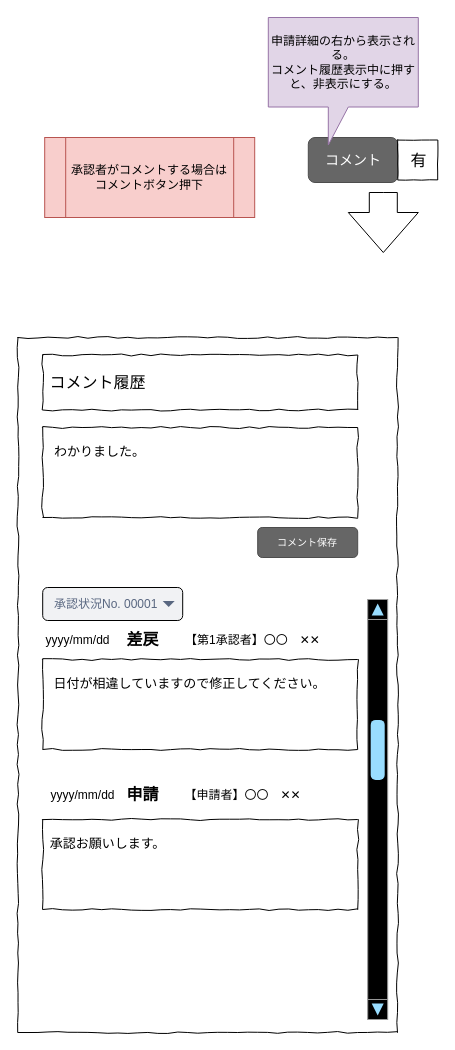
Above: page "s030コメント" (5 of 10) of docs/設計資料/01_画面/画面イメージ.drawio in haphuongnt96/Django-REST-Practice (draw.io), before the change. Source tidied: cells renumbered, new cells numbered last; positions are measured from the earlier drawing's top-left corner, leaving out a move shared by most shapes. Both pictures are drawn from the tidied source at 100%, with x=0, y=0 at pixel (17, 17).
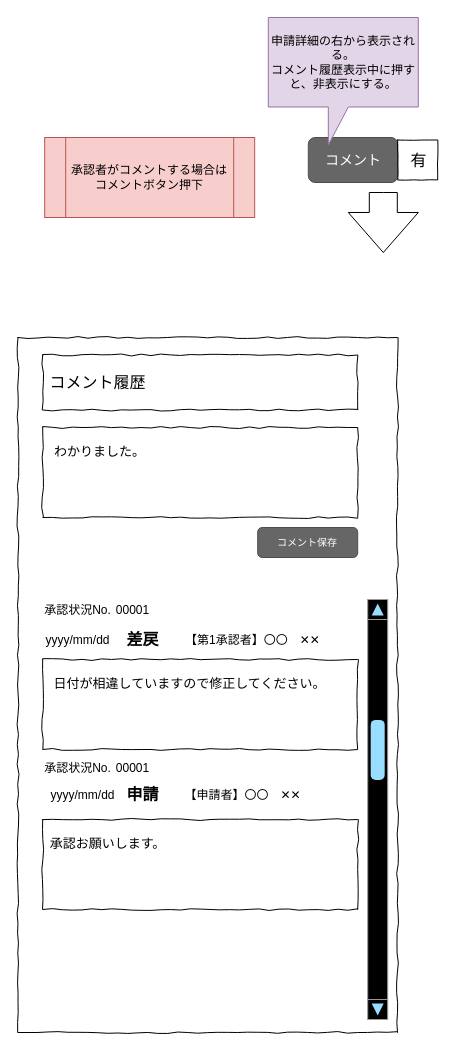
Above is the later version.

Commit message:
コメント画面イメージ修正

Diff of the diagram source:
```diff
@@
-    <mxCell id="24" value="承認状況No. 00001" style="rounded=1;fillColor=#F1F2F4;strokeColor=default;html=1;fontColor=#596780;align=left;fontSize=12;spacingLeft=10;sketch=0;" parent="1" vertex="1">
-      <mxGeometry x="25.2" y="570" width="140" height="33" as="geometry" />
-    </mxCell>
-    <mxCell id="25" style="shape=triangle;direction=south;fillColor=#596780;strokeColor=none;html=1;sketch=0;" parent="24" vertex="1">
-      <mxGeometry x="1" y="0.5" width="12" height="6" relative="1" as="geometry">
-        <mxPoint x="-20" y="-3" as="offset" />
-      </mxGeometry>
-    </mxCell>
@@
+    <mxCell id="27" value="&lt;font style=&quot;font-size: 12px&quot;&gt;承認状況No.&lt;br&gt;&lt;/font&gt;" style="text;html=1;align=center;verticalAlign=middle;fillColor=none;strokeColor=none;rounded=0;dashed=1;fontSize=14;" parent="1" vertex="1">
+      <mxGeometry x="20.2" y="582" width="80" height="20" as="geometry" />
+    </mxCell>
+    <mxCell id="28" value="&lt;font style=&quot;font-size: 12px&quot;&gt;00001&lt;br&gt;&lt;/font&gt;" style="text;html=1;align=center;verticalAlign=middle;fillColor=none;strokeColor=none;rounded=0;dashed=1;fontSize=14;" parent="1" vertex="1">
+      <mxGeometry x="90" y="582" width="50" height="20" as="geometry" />
+    </mxCell>
+    <mxCell id="29" value="&lt;font style=&quot;font-size: 12px&quot;&gt;承認状況No.&lt;br&gt;&lt;/font&gt;" style="text;html=1;align=center;verticalAlign=middle;fillColor=none;strokeColor=none;rounded=0;dashed=1;fontSize=14;" parent="1" vertex="1">
+      <mxGeometry x="20.2" y="740" width="80" height="20" as="geometry" />
+    </mxCell>
+    <mxCell id="30" value="&lt;font style=&quot;font-size: 12px&quot;&gt;00001&lt;br&gt;&lt;/font&gt;" style="text;html=1;align=center;verticalAlign=middle;fillColor=none;strokeColor=none;rounded=0;dashed=1;fontSize=14;" parent="1" vertex="1">
+      <mxGeometry x="90" y="740" width="50" height="20" as="geometry" />
+    </mxCell>
```
